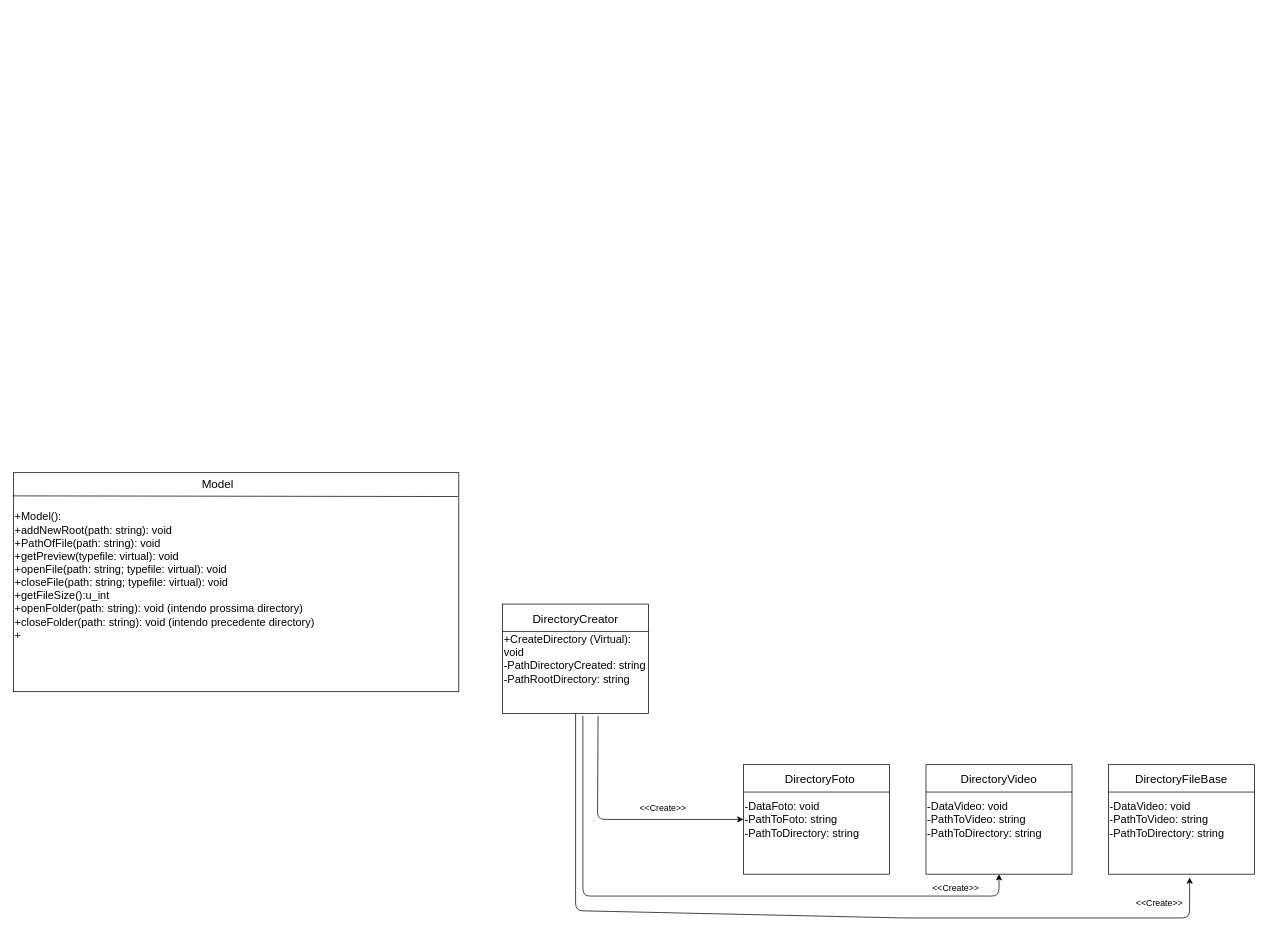
Before: Schema-Directory.drawio in alebaldissera/progetto-pao, a draw.io diagram. Source tidied: cells renumbered, new cells numbered last; positions are measured from the earlier drawing's top-left corner, leaving out a move shared by most shapes. Both pictures are drawn from the tidied source at 73%, with x=0, y=0 at pixel (13, 472).
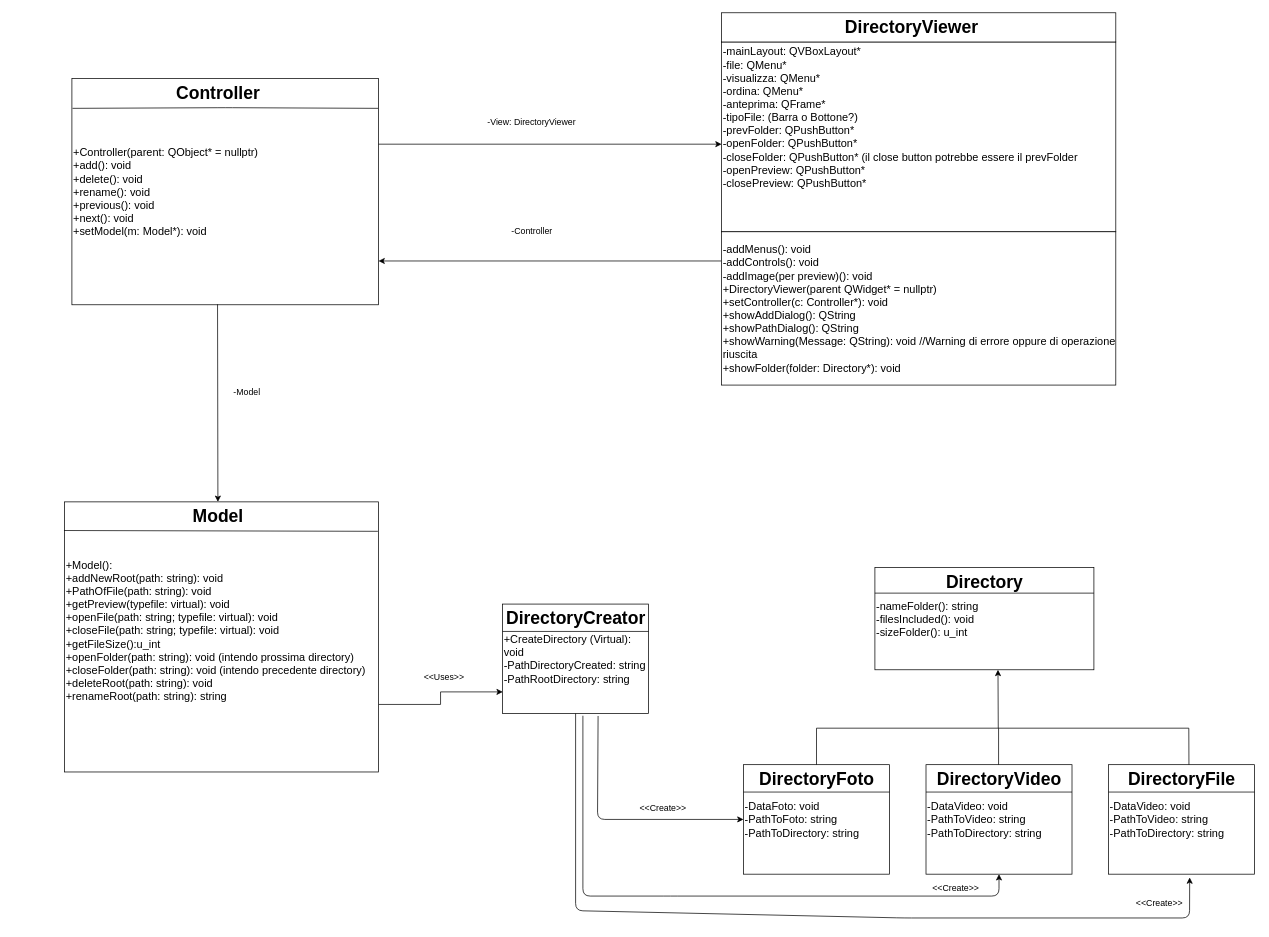
After the change.

Unchanged cells that the change refers to:
```xml
<mxCell id="7" value="&lt;font style=&quot;font-size: 15px&quot;&gt;+CreateDirectory (Virtual): void&lt;br&gt;-PathDirectoryCreated: string&lt;br&gt;-PathRootDirectory: string&lt;/font&gt;" style="rounded=0;whiteSpace=wrap;html=1;align=left;" parent="1" vertex="1">
  <mxGeometry x="670" y="180" width="200" height="150" as="geometry" />
</mxCell>
```

Diff of the diagram source:
```diff
@@
+    <mxCell id="23" style="edgeStyle=orthogonalEdgeStyle;rounded=0;jettySize=auto;html=1;exitX=1;exitY=0.75;exitDx=0;exitDy=0;entryX=0.001;entryY=0.802;entryDx=0;entryDy=0;entryPerimeter=0;" parent="1" edge="1" source="2" target="7">
+      <mxGeometry relative="1" as="geometry" />
+    </mxCell>
-    <mxCell id="2" value="&lt;font style=&quot;font-size: 15px&quot;&gt;+Model():&lt;br&gt;+addNewRoot(path: string): void&lt;br&gt;+PathOfFile(path: string): void&lt;br&gt;+getPreview(typefile: virtual): void&lt;br&gt;+openFile(path: string; typefile: virtual): void&lt;br&gt;+closeFile(path: string; typefile: virtual): void&lt;br&gt;+getFileSize():u_int&lt;br&gt;+openFolder(path: string): void (intendo prossima directory)&amp;nbsp;&lt;br&gt;+closeFolder(path: string): void (intendo precedente directory)&lt;br&gt;+&lt;br&gt;&lt;br&gt;&lt;/font&gt;" style="rounded=0;whiteSpace=wrap;html=1;align=left;" parent="1" vertex="1">
-      <mxGeometry width="610" height="300" as="geometry" />
+    <mxCell id="2" value="&lt;font style=&quot;font-size: 15px&quot;&gt;+Model():&lt;br&gt;+addNewRoot(path: string): void&lt;br&gt;+PathOfFile(path: string): void&lt;br&gt;+getPreview(typefile: virtual): void&lt;br&gt;+openFile(path: string; typefile: virtual): void&lt;br&gt;+closeFile(path: string; typefile: virtual): void&lt;br&gt;+getFileSize():u_int&lt;br&gt;+openFolder(path: string): void (intendo prossima directory)&amp;nbsp;&lt;br&gt;+closeFolder(path: string): void (intendo precedente directory)&lt;br&gt;+deleteRoot(path: string): void&lt;br&gt;+renameRoot(path: string): string&lt;br&gt;&lt;br&gt;&lt;/font&gt;" style="rounded=0;whiteSpace=wrap;html=1;align=left;" parent="1" vertex="1">
+      <mxGeometry x="70" y="40" width="430" height="370" as="geometry" />
     </mxCell>
-    <mxCell id="3" value="&lt;font style=&quot;font-size: 16px&quot;&gt;Model&lt;/font&gt;" style="text;html=1;strokeColor=none;fillColor=none;align=center;verticalAlign=middle;whiteSpace=wrap;rounded=0;" parent="1" vertex="1">
-      <mxGeometry x="170" width="220" height="30" as="geometry" />
-    </mxCell>
@@
-    <mxCell id="9" value="&lt;font style=&quot;font-size: 16px&quot;&gt;DirectoryFoto&lt;/font&gt;" style="text;html=1;strokeColor=none;fillColor=none;align=center;verticalAlign=middle;whiteSpace=wrap;rounded=0;" parent="1" vertex="1">
-      <mxGeometry x="1050" y="410" width="110" height="20" as="geometry" />
-    </mxCell>
@@
-    <mxCell id="14" value="&lt;font style=&quot;font-size: 16px&quot;&gt;DirectoryVideo&lt;/font&gt;" style="text;html=1;strokeColor=none;fillColor=none;align=center;verticalAlign=middle;whiteSpace=wrap;rounded=0;" parent="1" vertex="1">
-      <mxGeometry x="1290" y="410" width="120" height="20" as="geometry" />
-    </mxCell>
-    <mxCell id="15" value="&lt;font style=&quot;font-size: 16px&quot;&gt;DirectoryFileBase&lt;/font&gt;" style="text;html=1;strokeColor=none;fillColor=none;align=center;verticalAlign=middle;whiteSpace=wrap;rounded=0;" parent="1" vertex="1">
-      <mxGeometry x="1550" y="410" width="100" height="20" as="geometry" />
-    </mxCell>
-    <mxCell id="16" value="&lt;font style=&quot;font-size: 16px&quot;&gt;DirectoryCreator&lt;/font&gt;" style="text;html=1;strokeColor=none;fillColor=none;align=center;verticalAlign=middle;whiteSpace=wrap;rounded=0;" parent="1" vertex="1">
-      <mxGeometry x="710" y="190" width="120" height="20" as="geometry" />
-    </mxCell>
@@
+    <mxCell id="24" value="&amp;lt;&amp;lt;Uses&amp;gt;&amp;gt;" style="text;html=1;strokeColor=none;fillColor=none;align=center;verticalAlign=middle;whiteSpace=wrap;rounded=0;" parent="1" vertex="1">
+      <mxGeometry x="570" y="270" width="40" height="20" as="geometry" />
+    </mxCell>
+    <mxCell id="25" value="&lt;font style=&quot;font-size: 15px&quot;&gt;+Controller(parent: QObject* = nullptr)&lt;br&gt;+add(): void&lt;br&gt;+delete(): void&lt;br&gt;+rename(): void&lt;br&gt;+previous(): void&lt;br&gt;+next(): void&lt;br&gt;+setModel(m: Model*): void&lt;br&gt;&lt;/font&gt;" style="rounded=0;whiteSpace=wrap;html=1;align=left;" parent="1" vertex="1">
+      <mxGeometry x="80" y="-540" width="420" height="310" as="geometry" />
+    </mxCell>
+    <mxCell id="26" style="endArrow=none;html=1;exitX=0.002;exitY=0.132;exitDx=0;exitDy=0;exitPerimeter=0;entryX=0.999;entryY=0.132;entryDx=0;entryDy=0;entryPerimeter=0;" parent="1" edge="1" source="25" target="25">
+      <mxGeometry relative="1" as="geometry">
+        <Array as="points">
+          <mxPoint x="290" y="-500" />
+        </Array>
+      </mxGeometry>
+    </mxCell>
+    <mxCell id="27" style="endArrow=classic;html=1;exitX=0.475;exitY=0.998;exitDx=0;exitDy=0;entryX=0.5;entryY=0;entryDx=0;entryDy=0;exitPerimeter=0;" parent="1" edge="1" source="25">
+      <mxGeometry relative="1" as="geometry">
+        <mxPoint x="280" y="40" as="targetPoint" />
+      </mxGeometry>
+    </mxCell>
+    <mxCell id="28" value="-Model" style="text;html=1;strokeColor=none;fillColor=none;align=center;verticalAlign=middle;whiteSpace=wrap;rounded=0;" parent="1" vertex="1">
+      <mxGeometry x="300" y="-120" width="40" height="20" as="geometry" />
+    </mxCell>
+    <mxCell id="29" style="endArrow=classic;html=1;" parent="1" edge="1">
+      <mxGeometry relative="1" as="geometry">
+        <mxPoint x="500" y="-450" as="sourcePoint" />
+        <mxPoint x="970" y="-450" as="targetPoint" />
+      </mxGeometry>
+    </mxCell>
+    <mxCell id="30" value="-View: DirectoryViewer" style="text;html=1;strokeColor=none;fillColor=none;align=center;verticalAlign=middle;whiteSpace=wrap;rounded=0;" parent="1" vertex="1">
+      <mxGeometry x="550" y="-490" width="320" height="20" as="geometry" />
+    </mxCell>
+    <mxCell id="31" value="-Controller" style="text;html=1;align=center;verticalAlign=middle;" parent="1" vertex="1">
+      <mxGeometry x="675" y="-340" width="70" height="20" as="geometry" />
+    </mxCell>
+    <mxCell id="32" style="endArrow=classic;html=1;" parent="1" edge="1">
+      <mxGeometry relative="1" as="geometry">
+        <mxPoint x="970" y="-290" as="sourcePoint" />
+        <mxPoint x="500" y="-290" as="targetPoint" />
+      </mxGeometry>
+    </mxCell>
+    <mxCell id="33" value="&lt;font style=&quot;font-size: 15px&quot;&gt;-mainLayout: QVBoxLayout*&lt;br&gt;-file: QMenu*&lt;br&gt;-visualizza: QMenu*&lt;br&gt;-ordina: QMenu*&lt;br&gt;-anteprima: QFrame*&lt;br&gt;-tipoFile: (Barra o Bottone?)&lt;br&gt;-prevFolder: QPushButton*&lt;br&gt;-openFolder: QPushButton*&lt;br&gt;-closeFolder: QPushButton* (il close button potrebbe essere il prevFolder&lt;br&gt;-openPreview: QPushButton*&lt;br&gt;-closePreview: QPushButton*&lt;br&gt;&lt;br&gt;&lt;br&gt;&lt;br&gt;&lt;/font&gt;" style="rounded=0;whiteSpace=wrap;html=1;align=left;" parent="1" vertex="1">
+      <mxGeometry x="970" y="-590" width="540" height="260" as="geometry" />
+    </mxCell>
+    <mxCell id="34" style="rounded=0;whiteSpace=wrap;html=1;" parent="1" vertex="1">
+      <mxGeometry x="970" y="-630" width="540" height="40" as="geometry" />
+    </mxCell>
+    <mxCell id="35" value="DirectoryViewer" style="text;strokeColor=none;fillColor=none;html=1;fontSize=24;fontStyle=1;verticalAlign=middle;align=center;" parent="1" vertex="1">
+      <mxGeometry x="1180" y="-630" width="100" height="40" as="geometry" />
+    </mxCell>
+    <mxCell id="36" value="Controller" style="text;strokeColor=none;fillColor=none;html=1;fontSize=24;fontStyle=1;verticalAlign=middle;align=center;" parent="1" vertex="1">
+      <mxGeometry x="230" y="-540" width="100" height="40" as="geometry" />
+    </mxCell>
+    <mxCell id="3" value="Model" style="text;strokeColor=none;fillColor=none;html=1;fontSize=24;fontStyle=1;verticalAlign=middle;align=center;" parent="1" vertex="1">
+      <mxGeometry x="230" y="40" width="100" height="40" as="geometry" />
+    </mxCell>
+    <mxCell id="16" value="DirectoryCreator" style="text;strokeColor=none;fillColor=none;html=1;fontSize=24;fontStyle=1;verticalAlign=middle;align=center;" parent="1" vertex="1">
+      <mxGeometry x="720" y="180" width="100" height="40" as="geometry" />
+    </mxCell>
+    <mxCell id="37" value="&lt;font style=&quot;font-size: 15px&quot;&gt;-nameFolder(): string&lt;br&gt;-filesIncluded(): void&lt;br&gt;-sizeFolder(): u_int&lt;/font&gt;" style="rounded=0;whiteSpace=wrap;html=1;align=left;" parent="1" vertex="1">
+      <mxGeometry x="1180" y="130" width="300" height="140" as="geometry" />
+    </mxCell>
+    <mxCell id="38" value="Directory" style="text;strokeColor=none;fillColor=none;html=1;fontSize=24;fontStyle=1;verticalAlign=middle;align=center;" parent="1" vertex="1">
+      <mxGeometry x="1280" y="130" width="100" height="40" as="geometry" />
+    </mxCell>
+    <mxCell id="39" style="endArrow=none;html=1;entryX=1;entryY=0.25;entryDx=0;entryDy=0;exitX=0;exitY=0.25;exitDx=0;exitDy=0;" parent="1" edge="1" source="37" target="37">
+      <mxGeometry relative="1" as="geometry" />
+    </mxCell>
+    <mxCell id="9" value="DirectoryFoto" style="text;strokeColor=none;fillColor=none;html=1;fontSize=24;fontStyle=1;verticalAlign=middle;align=center;" parent="1" vertex="1">
+      <mxGeometry x="1050" y="400" width="100" height="40" as="geometry" />
+    </mxCell>
+    <mxCell id="14" value="DirectoryVideo" style="text;strokeColor=none;fillColor=none;html=1;fontSize=24;fontStyle=1;verticalAlign=middle;align=center;" parent="1" vertex="1">
+      <mxGeometry x="1300" y="400" width="100" height="40" as="geometry" />
+    </mxCell>
+    <mxCell id="40" value="DirectoryFile" style="text;strokeColor=none;fillColor=none;html=1;fontSize=24;fontStyle=1;verticalAlign=middle;align=center;" parent="1" vertex="1">
+      <mxGeometry x="1550" y="400" width="100" height="40" as="geometry" />
+    </mxCell>
+    <mxCell id="41" style="endArrow=none;html=1;exitX=0.602;exitY=0.001;exitDx=0;exitDy=0;exitPerimeter=0;" parent="1" edge="1" source="40">
+      <mxGeometry relative="1" as="geometry">
+        <mxPoint x="1610" y="350" as="targetPoint" />
+      </mxGeometry>
+    </mxCell>
+    <mxCell id="42" style="endArrow=none;html=1;" parent="1" edge="1">
+      <mxGeometry relative="1" as="geometry">
+        <mxPoint x="1100" y="350" as="sourcePoint" />
+        <mxPoint x="1610" y="350" as="targetPoint" />
+      </mxGeometry>
+    </mxCell>
+    <mxCell id="43" style="endArrow=none;html=1;" parent="1" edge="1">
+      <mxGeometry relative="1" as="geometry">
+        <mxPoint x="1100" y="400" as="sourcePoint" />
+        <mxPoint x="1100" y="350" as="targetPoint" />
+      </mxGeometry>
+    </mxCell>
+    <mxCell id="44" style="endArrow=none;html=1;" parent="1" edge="1">
+      <mxGeometry relative="1" as="geometry">
+        <mxPoint x="1349.4" y="400" as="sourcePoint" />
+        <mxPoint x="1349.4" y="350" as="targetPoint" />
+      </mxGeometry>
+    </mxCell>
+    <mxCell id="45" style="endArrow=classic;html=1;entryX=0.562;entryY=1;entryDx=0;entryDy=0;entryPerimeter=0;" parent="1" edge="1" target="37">
+      <mxGeometry relative="1" as="geometry">
+        <mxPoint x="1349" y="350" as="sourcePoint" />
+      </mxGeometry>
+    </mxCell>
+    <mxCell id="46" value="&lt;font style=&quot;font-size: 15px&quot;&gt;-addMenus(): void&lt;br&gt;-addControls(): void&lt;br&gt;-addImage(per preview)(): void&lt;br&gt;+DirectoryViewer(parent QWidget* = nullptr)&lt;br&gt;+setController(c: Controller*): void&lt;br&gt;+showAddDialog(): QString&lt;br&gt;+showPathDialog(): QString&lt;br&gt;+showWarning(Message: QString): void //Warning di errore oppure di operazione riuscita&lt;br&gt;+showFolder(folder: Directory*): void&lt;/font&gt;" style="rounded=0;whiteSpace=wrap;html=1;align=left;" parent="1" vertex="1">
+      <mxGeometry x="970" y="-330" width="540" height="210" as="geometry" />
+    </mxCell>
```
